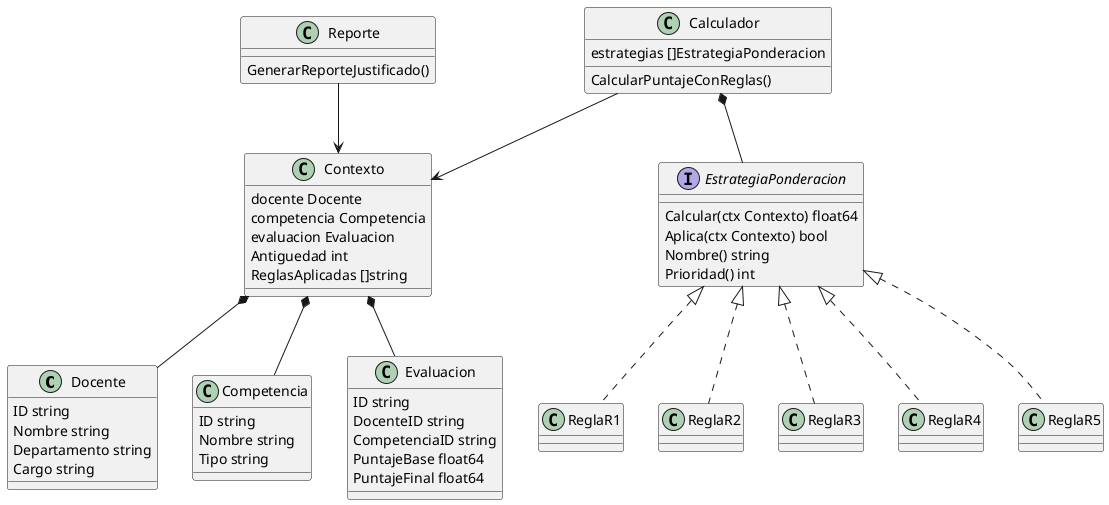
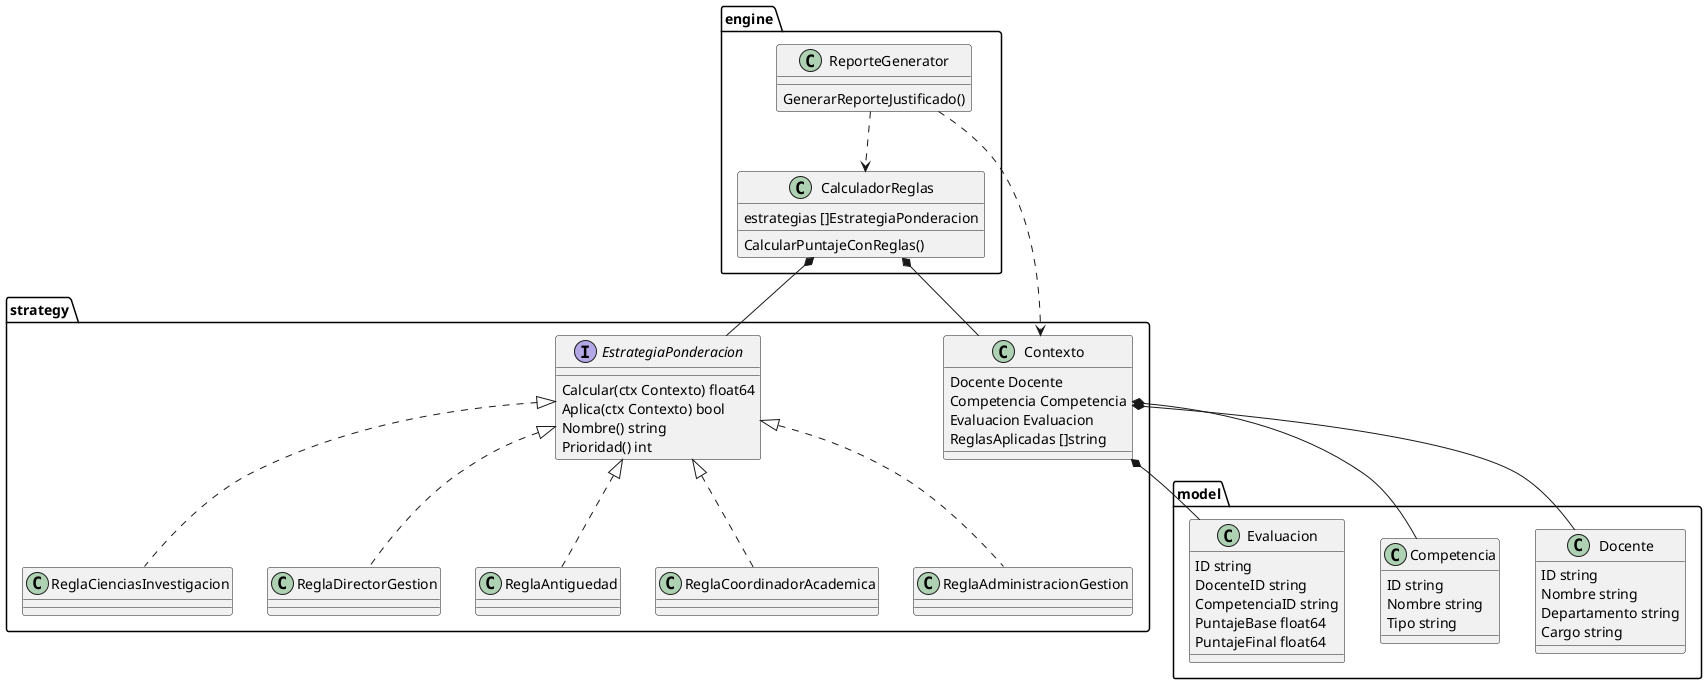
@startuml
+ package "model" {

class Docente {
    ID string
    Nombre string
    Departamento string
    Cargo string
}

class Competencia {
    ID string
    Nombre string
    Tipo string
}

class Evaluacion {
    ID string
    DocenteID string
    CompetenciaID string
    PuntajeBase float64
    PuntajeFinal float64
}

+ }
+ 
+ package "strategy" {
+ 
class Contexto {
-     docente Docente
-     competencia Competencia
-     evaluacion Evaluacion
-     Antiguedad int
+     Docente Docente
+     Competencia Competencia
+     Evaluacion Evaluacion
    ReglasAplicadas []string
}

interface EstrategiaPonderacion {
    Calcular(ctx Contexto) float64
    Aplica(ctx Contexto) bool
    Nombre() string
    Prioridad() int
}

- class ReglaR1
- class ReglaR2
- class ReglaR3
- class ReglaR4
- class ReglaR5
+ class ReglaCienciasInvestigacion
+ class ReglaDirectorGestion
+ class ReglaAntiguedad
+ class ReglaCoordinadorAcademica
+ class ReglaAdministracionGestion

- class Calculador {
+ EstrategiaPonderacion <|.. ReglaCienciasInvestigacion
+ EstrategiaPonderacion <|.. ReglaDirectorGestion
+ EstrategiaPonderacion <|.. ReglaAntiguedad
+ EstrategiaPonderacion <|.. ReglaCoordinadorAcademica
+ EstrategiaPonderacion <|.. ReglaAdministracionGestion
+ 
+ }
+ 
+ package "engine" {
+ 
+ class CalculadorReglas {
    estrategias []EstrategiaPonderacion
    CalcularPuntajeConReglas()
}

- class Reporte {
+ class ReporteGenerator {
    GenerarReporteJustificado()
}

- EstrategiaPonderacion <|.. ReglaR1
- EstrategiaPonderacion <|.. ReglaR2
- EstrategiaPonderacion <|.. ReglaR3
- EstrategiaPonderacion <|.. ReglaR4
- EstrategiaPonderacion <|.. ReglaR5
+ }

- Calculador *-- EstrategiaPonderacion
- Calculador --> Contexto
- Reporte --> Contexto
+ CalculadorReglas *-- EstrategiaPonderacion
+ CalculadorReglas *-- Contexto

Contexto *-- Docente
Contexto *-- Competencia
Contexto *-- Evaluacion

- @enduml
+ ReporteGenerator ..> CalculadorReglas
+ ReporteGenerator ..> Contexto
+ 
+ @enduml